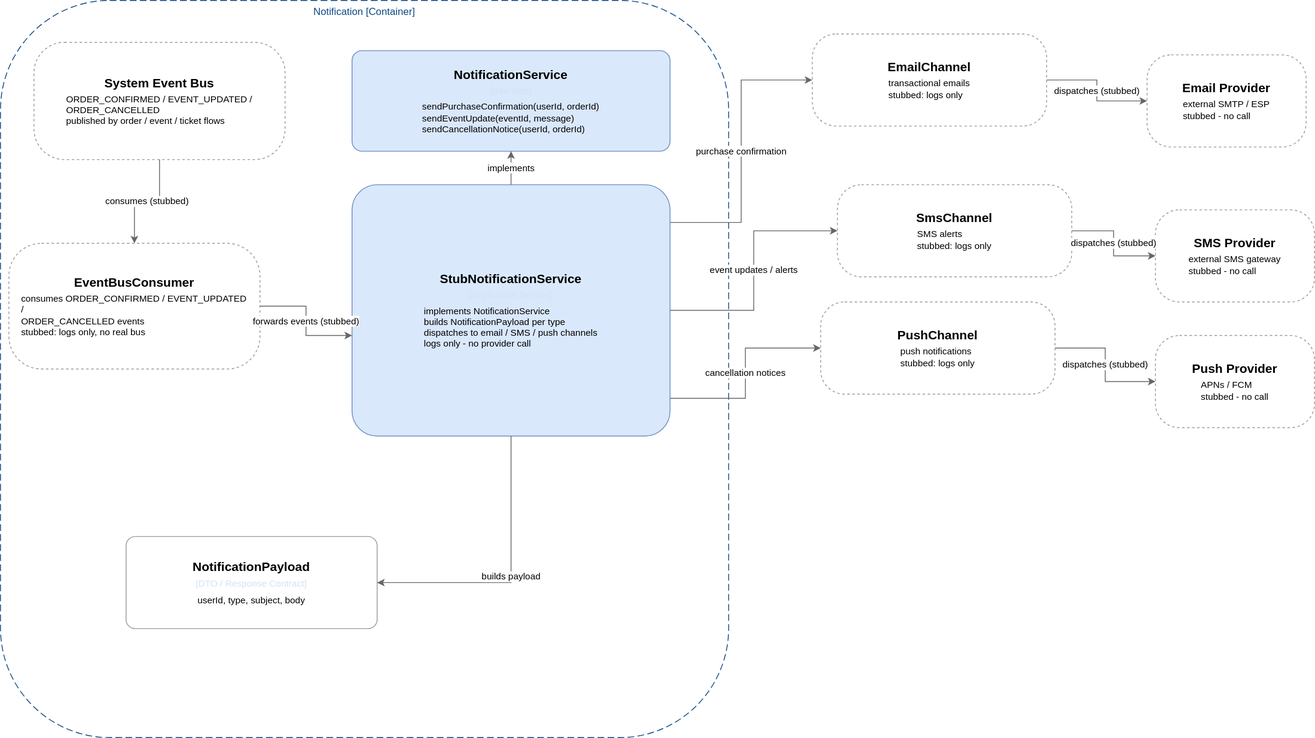
The draw.io diagram diagrams/c4model/ticketwave-c3-notifications-service.drawio.svg in Juanchoque1206/soe-TicketWave, before a commit. Source tidied: cells renumbered, new cells last; positions are measured from the earlier drawing's top-left corner, leaving out a move shared by most shapes.
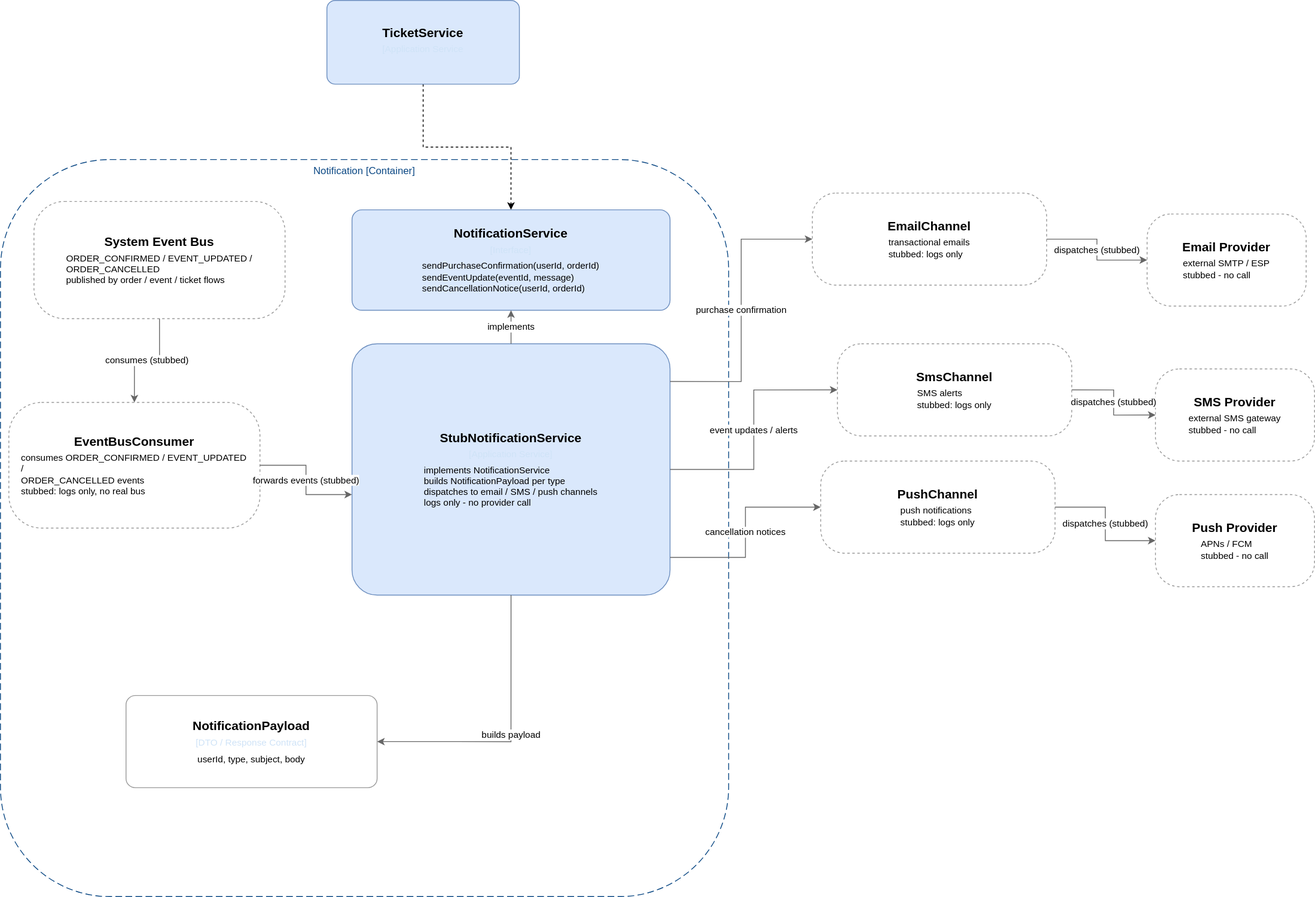
Later version of the same file.

Change to the diagram source:
```diff
@@ -68,5 +68,11 @@
     <mxCell id="23" value="dispatches (stubbed)" style="edgeStyle=orthogonalEdgeStyle;rounded=0;html=1;strokeColor=#666666;exitX=1;exitY=0.5;entryX=0;entryY=0.5;entryDx=0;entryDy=0;exitDx=0;exitDy=0;" parent="1" edge="1" source="10" target="13">
       <mxGeometry relative="1" as="geometry" />
     </mxCell>
+    <mxCell id="24" style="edgeStyle=orthogonalEdgeStyle;rounded=0;jettySize=auto;html=1;dashed=1;" parent="1" edge="1" source="25" target="6">
+      <mxGeometry relative="1" as="geometry" />
+    </mxCell>
+    <mxCell id="25" value="&lt;div style=&quot;border-color: rgb(218, 220, 224); font-size: 15px; font-weight: bold; margin-bottom: 4px;&quot;&gt;TicketService&lt;/div&gt;&lt;div style=&quot;border-color: rgb(218, 220, 224); font-size: 11px; color: rgb(207, 227, 247); margin-bottom: 6px;&quot;&gt;[Application Service&lt;/div&gt;&lt;div style=&quot;border-color: rgb(218, 220, 224); font-size: 11px; text-align: left; padding: 0px 14px;&quot;&gt;&lt;/div&gt;" style="rounded=1;whiteSpace=wrap;html=1;fillColor=#dae8fc;strokeColor=#6c8ebf;arcSize=10;" parent="1" vertex="1">
+      <mxGeometry x="390" y="-190" width="230" height="100" as="geometry" />
+    </mxCell>
   </root>
 </mxGraphModel>
```
